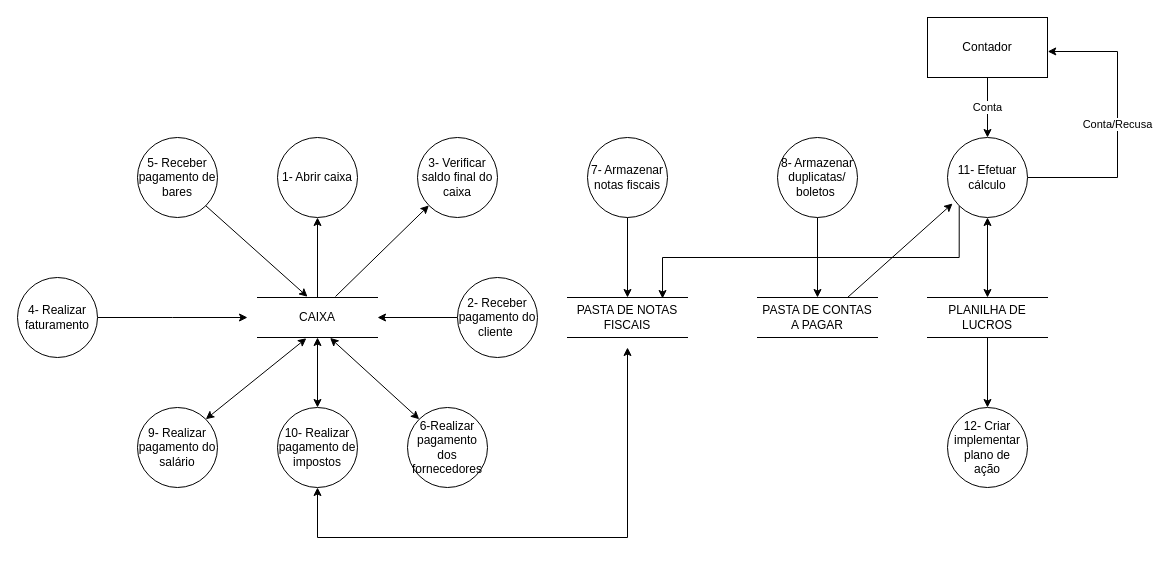
The draw.io diagram docs/artefatos-15-23/FINANCEIRO/16/DFD_FINANCEIRO.drawio in Darienzo08/ope_ads, before the edit. Source tidied: cells renumbered, new cells numbered last; positions are measured from the earlier drawing's top-left corner, leaving out a move shared by most shapes. Both pictures are drawn from the tidied source at 100%, with x=0, y=0 at pixel (17, 17).
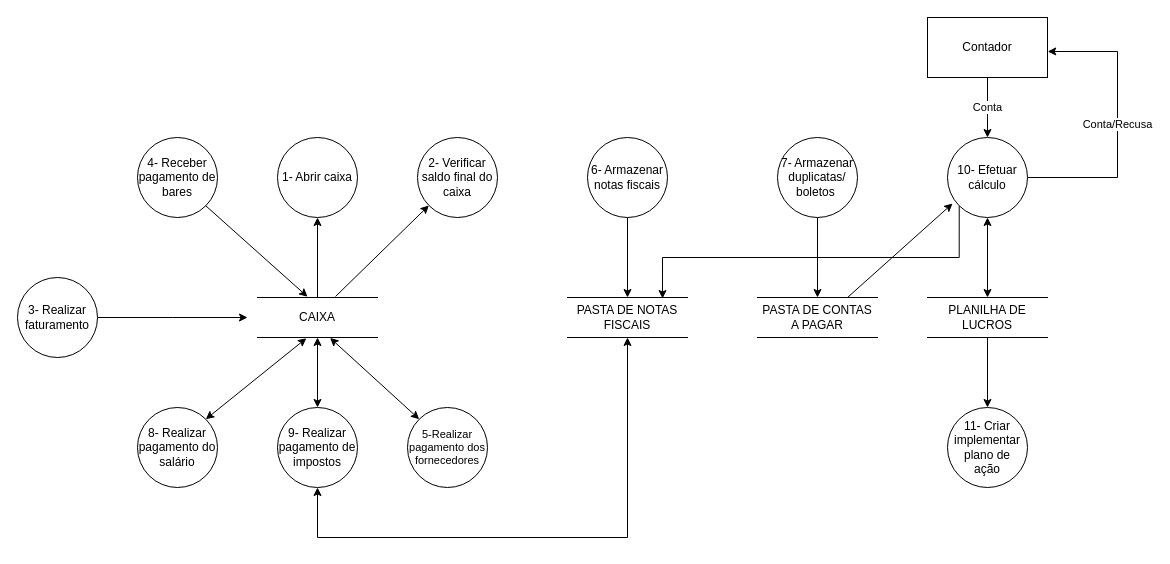
Above is the later version.

Unchanged cells that the change refers to:
```xml
<mxCell id="6" value="CAIXA" style="shape=partialRectangle;whiteSpace=wrap;html=1;left=0;right=0;fillColor=none;" parent="1" vertex="1">
  <mxGeometry x="240" y="280" width="120" height="40" as="geometry" />
</mxCell>
<mxCell id="32" value="PASTA DE NOTAS FISCAIS" style="shape=partialRectangle;whiteSpace=wrap;html=1;left=0;right=0;fillColor=none;" parent="1" vertex="1">
  <mxGeometry x="550" y="280" width="120" height="40" as="geometry" />
</mxCell>
```

The edit, as a diff of the source:
```diff
@@
-    <mxCell id="8" value="7- Armazenar notas fiscais" style="ellipse;whiteSpace=wrap;html=1;" parent="1" vertex="1">
+    <mxCell id="8" value="6- Armazenar notas fiscais" style="ellipse;whiteSpace=wrap;html=1;" parent="1" vertex="1">
       <mxGeometry x="570" y="120" width="80" height="80" as="geometry" />
     </mxCell>
@@
-    <mxCell id="10" value="8- Armazenar duplicatas/&lt;br&gt;boletos&amp;nbsp;" style="ellipse;whiteSpace=wrap;html=1;" parent="1" vertex="1">
+    <mxCell id="10" value="7- Armazenar duplicatas/&lt;br&gt;boletos&amp;nbsp;" style="ellipse;whiteSpace=wrap;html=1;" parent="1" vertex="1">
       <mxGeometry x="760" y="120" width="80" height="80" as="geometry" />
     </mxCell>
-    <mxCell id="11" value="3- Verificar saldo final do caixa" style="ellipse;whiteSpace=wrap;html=1;" parent="1" vertex="1">
+    <mxCell id="11" value="2- Verificar saldo final do caixa" style="ellipse;whiteSpace=wrap;html=1;" parent="1" vertex="1">
       <mxGeometry x="400" y="120" width="80" height="80" as="geometry" />
     </mxCell>
-    <mxCell id="12" value="6-Realizar pagamento dos fornecedores" style="ellipse;whiteSpace=wrap;html=1;" parent="1" vertex="1">
+    <mxCell id="12" value="5-Realizar pagamento dos fornecedores" style="ellipse;whiteSpace=wrap;html=1;fontSize=11;" parent="1" vertex="1">
       <mxGeometry x="390" y="390" width="80" height="80" as="geometry" />
     </mxCell>
@@
-    <mxCell id="14" value="4- Realizar faturamento" style="ellipse;whiteSpace=wrap;html=1;" parent="1" vertex="1">
+    <mxCell id="14" value="3- Realizar faturamento" style="ellipse;whiteSpace=wrap;html=1;" parent="1" vertex="1">
       <mxGeometry y="260" width="80" height="80" as="geometry" />
     </mxCell>
-    <mxCell id="15" value="5- Receber pagamento de bares" style="ellipse;whiteSpace=wrap;html=1;" parent="1" vertex="1">
+    <mxCell id="15" value="4- Receber pagamento de bares" style="ellipse;whiteSpace=wrap;html=1;" parent="1" vertex="1">
       <mxGeometry x="120" y="120" width="80" height="80" as="geometry" />
     </mxCell>
@@
-    <mxCell id="19" value="11- Efetuar cálculo" style="ellipse;whiteSpace=wrap;html=1;" parent="1" vertex="1">
+    <mxCell id="19" value="10- Efetuar cálculo" style="ellipse;whiteSpace=wrap;html=1;" parent="1" vertex="1">
       <mxGeometry x="930" y="120" width="80" height="80" as="geometry" />
     </mxCell>
-    <mxCell id="20" value="9- Realizar pagamento do salário" style="ellipse;whiteSpace=wrap;html=1;" parent="1" vertex="1">
+    <mxCell id="20" value="8- Realizar pagamento do salário" style="ellipse;whiteSpace=wrap;html=1;" parent="1" vertex="1">
       <mxGeometry x="120" y="390" width="80" height="80" as="geometry" />
     </mxCell>
@@
-    <mxCell id="22" style="edgeStyle=orthogonalEdgeStyle;rounded=0;jettySize=auto;html=1;exitX=0.5;exitY=1;exitDx=0;exitDy=0;startArrow=classic;startFill=1;" parent="1" edge="1" source="23">
+    <mxCell id="22" style="edgeStyle=orthogonalEdgeStyle;rounded=0;jettySize=auto;html=1;exitX=0.5;exitY=1;exitDx=0;exitDy=0;startArrow=classic;startFill=1;entryX=0.5;entryY=1;entryDx=0;entryDy=0;" parent="1" edge="1" source="23" target="32">
       <mxGeometry relative="1" as="geometry">
-        <mxPoint x="610" y="330" as="targetPoint" />
         <Array as="points">
           <mxPoint x="300" y="520" />
           <mxPoint x="610" y="520" />
         </Array>
       </mxGeometry>
     </mxCell>
-    <mxCell id="23" value="10- Realizar pagamento de impostos" style="ellipse;whiteSpace=wrap;html=1;" parent="1" vertex="1">
+    <mxCell id="23" value="9- Realizar pagamento de impostos" style="ellipse;whiteSpace=wrap;html=1;" parent="1" vertex="1">
       <mxGeometry x="260" y="390" width="80" height="80" as="geometry" />
     </mxCell>
@@
-    <mxCell id="25" value="12- Criar implementar plano de &lt;br&gt;ação" style="ellipse;whiteSpace=wrap;html=1;" parent="1" vertex="1">
+    <mxCell id="25" value="11- Criar implementar plano de &lt;br&gt;ação" style="ellipse;whiteSpace=wrap;html=1;" parent="1" vertex="1">
       <mxGeometry x="930" y="390" width="80" height="80" as="geometry" />
     </mxCell>
@@
-    <mxCell id="34" style="edgeStyle=orthogonalEdgeStyle;rounded=0;jettySize=auto;html=1;exitX=0;exitY=0.5;exitDx=0;exitDy=0;" parent="1" edge="1" source="35" target="6">
-      <mxGeometry relative="1" as="geometry" />
-    </mxCell>
-    <mxCell id="35" value="2- Receber pagamento do cliente&amp;nbsp;" style="ellipse;whiteSpace=wrap;html=1;" parent="1" vertex="1">
-      <mxGeometry x="440" y="260" width="80" height="80" as="geometry" />
-    </mxCell>
```
